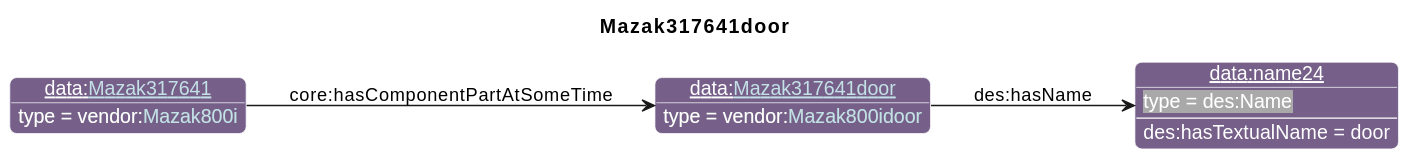
Above: diagrams/Mazak317641door.svg in iofoundry/example-syseng-mtconnect (PlantUML), before the change.
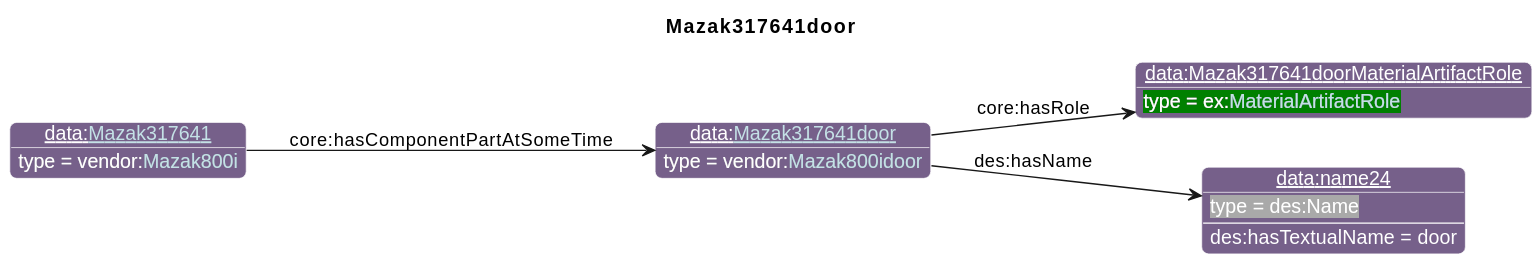
After the change.

The edit, as a diff of the source:
```diff
@@ -26,9 +26,11 @@
                       "qp":"641B2E"
       }
 individual(o0, data:[[./Mazak317641door.html Mazak317641door]], vendor:[[../Mazak.html#Mazak800idoor Mazak800idoor]])
-individual(o1, data:name24, des:Name)
-individual(o2, data:[[./Mazak317641.html Mazak317641]], vendor:[[../Mazak.html#Mazak800i Mazak800i]])
-property(o0, "des:hasName", o1)
-data(o1, "des:hasTextualName", "door")
-property(o2, "core:hasComponentPartAtSomeTime", o0)
+individual(o1, data:Mazak317641doorMaterialArtifactRole, ex:[[../Example.html#MaterialArtifactRole MaterialArtifactRole]])
+individual(o2, data:name24, des:Name)
+individual(o3, data:[[./Mazak317641.html Mazak317641]], vendor:[[../Mazak.html#Mazak800i Mazak800i]])
+property(o0, "core:hasRole", o1)
+property(o0, "des:hasName", o2)
+data(o2, "des:hasTextualName", "door")
+property(o3, "core:hasComponentPartAtSomeTime", o0)
 @enduml
```
